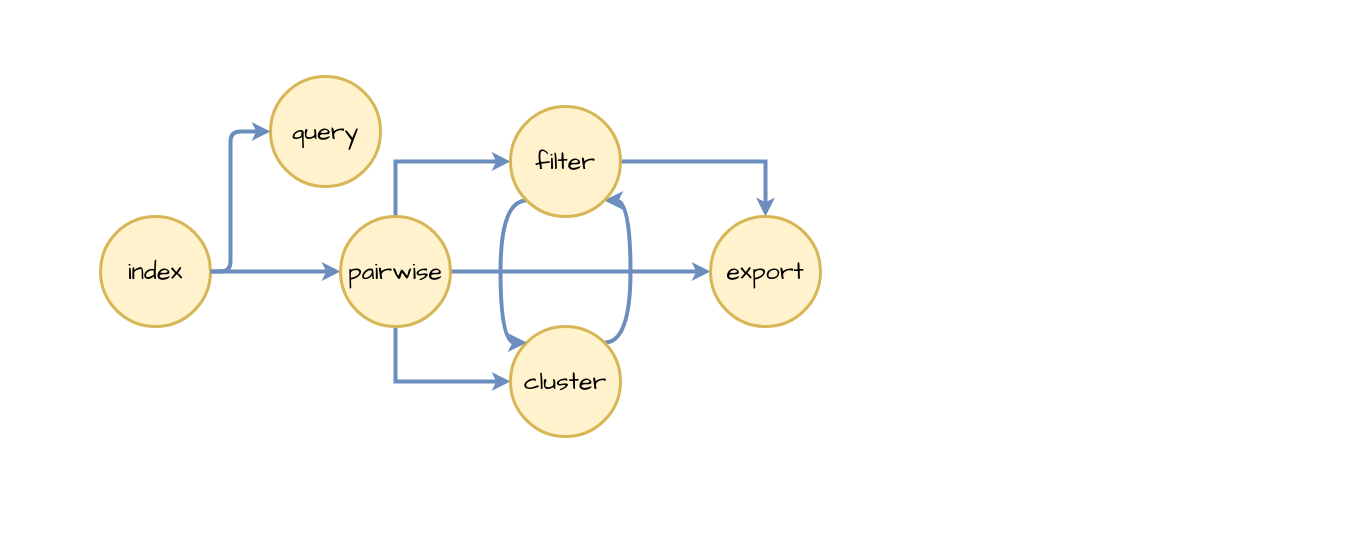
Before: docs/docs/usage/chaindrawio.drawio in DBRetina/DBRetina, a draw.io diagram. Source tidied: cells renumbered, new cells numbered last; positions are measured from the earlier drawing's top-left corner, leaving out a move shared by most shapes. Both pictures are drawn from the tidied source at 100%, with x=0, y=0 at pixel (100, 76).
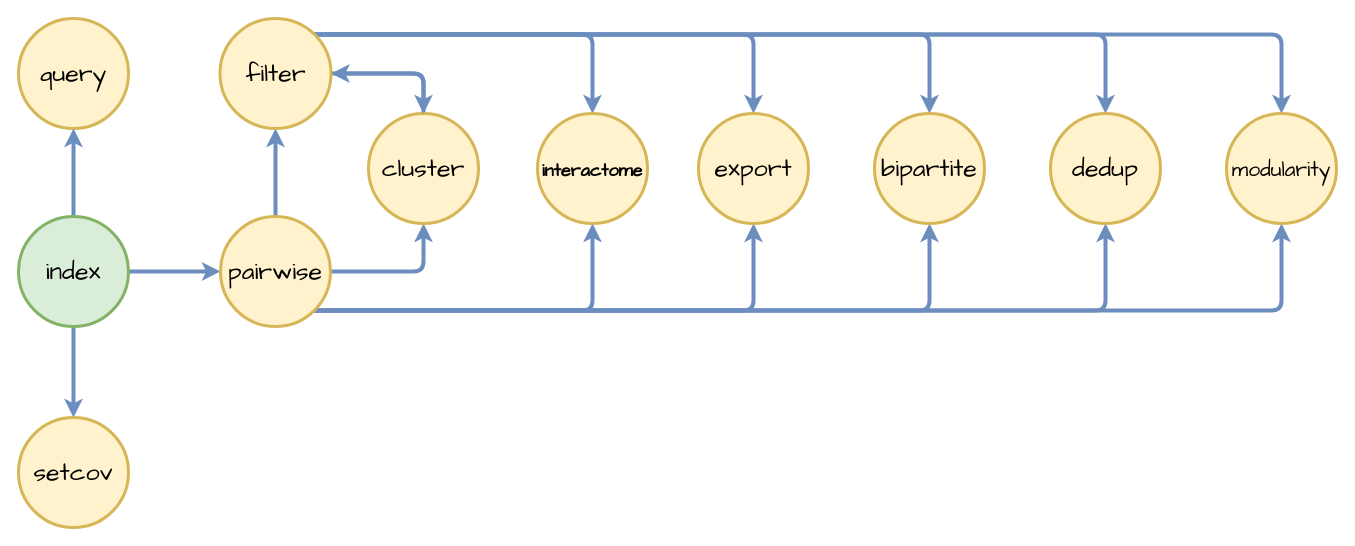
The same diagram, later.

Change to the diagram source:
```diff
@@
-    <mxCell id="2" style="edgeStyle=orthogonalEdgeStyle;rounded=1;jettySize=auto;html=1;fontSize=38;fontStyle=1;labelBackgroundColor=none;fontColor=default;strokeWidth=4;fillColor=#dae8fc;strokeColor=#6c8ebf;fontFamily=Comic Sans MS;" parent="1" edge="1" source="3" target="7">
+    <mxCell id="2" style="edgeStyle=orthogonalEdgeStyle;rounded=1;jettySize=auto;html=1;fontSize=38;fontStyle=1;labelBackgroundColor=none;fontColor=default;strokeWidth=4;fillColor=#dae8fc;strokeColor=#6c8ebf;fontFamily=Comic Sans MS;entryX=0;entryY=0.5;entryDx=0;entryDy=0;" parent="1" edge="1" source="3" target="7">
       <mxGeometry relative="1" as="geometry" />
     </mxCell>
+    <mxCell id="15" style="edgeStyle=orthogonalEdgeStyle;shape=connector;rounded=1;jettySize=auto;html=1;labelBackgroundColor=none;strokeColor=#6c8ebf;strokeWidth=4;fontFamily=Comic Sans MS;fontSize=38;fontColor=default;endArrow=classic;fillColor=#dae8fc;" parent="1" edge="1" source="3" target="14">
+      <mxGeometry relative="1" as="geometry" />
+    </mxCell>
+    <mxCell id="16" style="edgeStyle=orthogonalEdgeStyle;shape=connector;rounded=1;jettySize=auto;html=1;labelBackgroundColor=none;strokeColor=#6c8ebf;strokeWidth=4;fontFamily=Comic Sans MS;fontSize=38;fontColor=default;endArrow=classic;fillColor=#dae8fc;" parent="1" edge="1" source="3" target="29">
+      <mxGeometry relative="1" as="geometry" />
+    </mxCell>
-    <mxCell id="3" value="&lt;font&gt;index&lt;/font&gt;" style="ellipse;whiteSpace=wrap;html=1;strokeWidth=3;fontSize=25;rounded=1;labelBackgroundColor=none;fillColor=#fff2cc;strokeColor=#d6b656;fontFamily=Comic Sans MS;" parent="1" vertex="1">
-      <mxGeometry y="140" width="110" height="110" as="geometry" />
+    <mxCell id="3" value="&lt;font&gt;index&lt;/font&gt;" style="ellipse;whiteSpace=wrap;html=1;strokeWidth=3;fontSize=25;rounded=1;labelBackgroundColor=none;fillColor=#DAEDD9;strokeColor=#82b366;fontFamily=Comic Sans MS;fontStyle=0;" parent="1" vertex="1">
+      <mxGeometry x="-82" y="140" width="110" height="110" as="geometry" />
     </mxCell>
-    <mxCell id="4" style="edgeStyle=orthogonalEdgeStyle;rounded=0;hachureGap=4;jettySize=auto;html=1;exitX=0.5;exitY=0;exitDx=0;exitDy=0;entryX=0;entryY=0.5;entryDx=0;entryDy=0;fontFamily=Comic Sans MS;fontSize=16;strokeWidth=4;fillColor=#dae8fc;strokeColor=#6c8ebf;" parent="1" edge="1" source="7" target="12">
+    <mxCell id="4" style="edgeStyle=orthogonalEdgeStyle;shape=connector;rounded=1;jettySize=auto;html=1;labelBackgroundColor=none;strokeColor=#6c8ebf;strokeWidth=4;fontFamily=Comic Sans MS;fontSize=38;fontColor=default;endArrow=classic;fillColor=#dae8fc;" parent="1" edge="1" source="7" target="12">
       <mxGeometry relative="1" as="geometry" />
     </mxCell>
-    <mxCell id="5" style="edgeStyle=orthogonalEdgeStyle;rounded=0;hachureGap=4;jettySize=auto;html=1;exitX=0.5;exitY=1;exitDx=0;exitDy=0;entryX=0;entryY=0.5;entryDx=0;entryDy=0;fontFamily=Comic Sans MS;fontSize=16;strokeWidth=4;fillColor=#dae8fc;strokeColor=#6c8ebf;" parent="1" edge="1" source="7" target="9">
+    <mxCell id="5" style="edgeStyle=orthogonalEdgeStyle;shape=connector;rounded=1;jettySize=auto;html=1;exitX=1;exitY=0.5;exitDx=0;exitDy=0;entryX=0.5;entryY=1;entryDx=0;entryDy=0;labelBackgroundColor=none;strokeColor=#6c8ebf;strokeWidth=4;fontFamily=Comic Sans MS;fontSize=38;fontColor=default;endArrow=classic;fillColor=#dae8fc;" parent="1" edge="1" source="7" target="9">
       <mxGeometry relative="1" as="geometry" />
     </mxCell>
+    <mxCell id="17" style="edgeStyle=orthogonalEdgeStyle;shape=connector;rounded=1;jettySize=auto;html=1;exitX=1;exitY=1;exitDx=0;exitDy=0;entryX=0.5;entryY=1;entryDx=0;entryDy=0;labelBackgroundColor=none;strokeColor=#6c8ebf;strokeWidth=4;fontFamily=Comic Sans MS;fontSize=38;fontColor=default;endArrow=classic;fillColor=#dae8fc;" parent="1" edge="1" source="7" target="25">
+      <mxGeometry relative="1" as="geometry" />
+    </mxCell>
-    <mxCell id="6" style="edgeStyle=orthogonalEdgeStyle;curved=1;rounded=0;hachureGap=4;jettySize=auto;html=1;exitX=1;exitY=0.5;exitDx=0;exitDy=0;entryX=0;entryY=0.5;entryDx=0;entryDy=0;strokeColor=#6c8ebf;fontFamily=Comic Sans MS;fontSize=16;strokeWidth=4;fillColor=#dae8fc;" parent="1" edge="1" source="7" target="13">
+    <mxCell id="6" style="edgeStyle=orthogonalEdgeStyle;shape=connector;rounded=1;jettySize=auto;html=1;exitX=1;exitY=1;exitDx=0;exitDy=0;entryX=0.5;entryY=1;entryDx=0;entryDy=0;labelBackgroundColor=none;strokeColor=#6c8ebf;strokeWidth=4;fontFamily=Comic Sans MS;fontSize=38;fontColor=default;endArrow=classic;fillColor=#dae8fc;" parent="1" edge="1" source="7" target="13">
       <mxGeometry relative="1" as="geometry" />
     </mxCell>
+    <mxCell id="18" style="edgeStyle=orthogonalEdgeStyle;shape=connector;rounded=1;jettySize=auto;html=1;exitX=1;exitY=1;exitDx=0;exitDy=0;entryX=0.5;entryY=1;entryDx=0;entryDy=0;labelBackgroundColor=none;strokeColor=#6c8ebf;strokeWidth=4;fontFamily=Comic Sans MS;fontSize=38;fontColor=default;endArrow=classic;fillColor=#dae8fc;" parent="1" edge="1" source="7" target="28">
+      <mxGeometry relative="1" as="geometry" />
+    </mxCell>
+    <mxCell id="19" style="edgeStyle=orthogonalEdgeStyle;shape=connector;rounded=1;jettySize=auto;html=1;exitX=1;exitY=1;exitDx=0;exitDy=0;entryX=0.5;entryY=1;entryDx=0;entryDy=0;labelBackgroundColor=none;strokeColor=#6c8ebf;strokeWidth=4;fontFamily=Comic Sans MS;fontSize=38;fontColor=default;endArrow=classic;fillColor=#dae8fc;" parent="1" edge="1" source="7" target="26">
+      <mxGeometry relative="1" as="geometry" />
+    </mxCell>
+    <mxCell id="20" style="edgeStyle=orthogonalEdgeStyle;shape=connector;rounded=1;jettySize=auto;html=1;exitX=1;exitY=1;exitDx=0;exitDy=0;entryX=0.5;entryY=1;entryDx=0;entryDy=0;labelBackgroundColor=none;strokeColor=#6c8ebf;strokeWidth=4;fontFamily=Comic Sans MS;fontSize=38;fontColor=default;endArrow=classic;fillColor=#dae8fc;" parent="1" edge="1" source="7" target="27">
+      <mxGeometry relative="1" as="geometry" />
+    </mxCell>
     <mxCell id="7" value="pairwise" style="ellipse;whiteSpace=wrap;html=1;strokeWidth=3;fontSize=25;rounded=1;labelBackgroundColor=none;fillColor=#fff2cc;strokeColor=#d6b656;fontFamily=Comic Sans MS;" parent="1" vertex="1">
-      <mxGeometry x="240" y="140" width="110" height="110" as="geometry" />
+      <mxGeometry x="120" y="140" width="110" height="110" as="geometry" />
     </mxCell>
-    <mxCell id="8" style="edgeStyle=orthogonalEdgeStyle;rounded=0;hachureGap=4;jettySize=auto;html=1;exitX=1;exitY=0;exitDx=0;exitDy=0;entryX=1;entryY=1;entryDx=0;entryDy=0;fontFamily=Comic Sans MS;fontSize=16;curved=1;strokeWidth=4;fillColor=#dae8fc;strokeColor=#6c8ebf;" parent="1" edge="1" source="9" target="12">
-      <mxGeometry relative="1" as="geometry">
-        <Array as="points">
-          <mxPoint x="530" y="266" />
-          <mxPoint x="530" y="124" />
-        </Array>
-      </mxGeometry>
+    <mxCell id="8" style="edgeStyle=orthogonalEdgeStyle;shape=connector;rounded=1;jettySize=auto;html=1;exitX=0.5;exitY=0;exitDx=0;exitDy=0;entryX=1;entryY=0.5;entryDx=0;entryDy=0;labelBackgroundColor=none;strokeColor=#6c8ebf;strokeWidth=4;fontFamily=Comic Sans MS;fontSize=38;fontColor=default;endArrow=classic;fillColor=#dae8fc;" parent="1" edge="1" source="9" target="12">
+      <mxGeometry relative="1" as="geometry" />
     </mxCell>
     <mxCell id="9" value="cluster" style="ellipse;whiteSpace=wrap;html=1;strokeWidth=3;fontSize=25;rounded=1;labelBackgroundColor=none;fillColor=#fff2cc;strokeColor=#d6b656;fontFamily=Comic Sans MS;" parent="1" vertex="1">
-      <mxGeometry x="410" y="250" width="110" height="110" as="geometry" />
+      <mxGeometry x="268" y="37" width="110" height="110" as="geometry" />
     </mxCell>
-    <mxCell id="10" style="edgeStyle=orthogonalEdgeStyle;rounded=0;hachureGap=4;jettySize=auto;html=1;exitX=0;exitY=1;exitDx=0;exitDy=0;entryX=0;entryY=0;entryDx=0;entryDy=0;fontFamily=Comic Sans MS;fontSize=16;strokeColor=#6c8ebf;curved=1;strokeWidth=4;fillColor=#dae8fc;" parent="1" edge="1" source="12" target="9">
-      <mxGeometry relative="1" as="geometry">
-        <Array as="points">
-          <mxPoint x="400" y="124" />
-          <mxPoint x="400" y="266" />
-        </Array>
-      </mxGeometry>
+    <mxCell id="10" style="edgeStyle=orthogonalEdgeStyle;shape=connector;rounded=1;jettySize=auto;html=1;exitX=1;exitY=0.5;exitDx=0;exitDy=0;entryX=0.5;entryY=0;entryDx=0;entryDy=0;labelBackgroundColor=none;strokeColor=#6c8ebf;strokeWidth=4;fontFamily=Comic Sans MS;fontSize=38;fontColor=default;endArrow=classic;fillColor=#dae8fc;" parent="1" edge="1" source="12" target="9">
+      <mxGeometry relative="1" as="geometry" />
     </mxCell>
+    <mxCell id="21" style="edgeStyle=orthogonalEdgeStyle;shape=connector;rounded=1;jettySize=auto;html=1;exitX=1;exitY=0;exitDx=0;exitDy=0;entryX=0.5;entryY=0;entryDx=0;entryDy=0;labelBackgroundColor=none;strokeColor=#6c8ebf;strokeWidth=4;fontFamily=Comic Sans MS;fontSize=38;fontColor=default;endArrow=classic;fillColor=#dae8fc;" parent="1" edge="1" source="12" target="25">
+      <mxGeometry relative="1" as="geometry" />
+    </mxCell>
-    <mxCell id="11" style="edgeStyle=orthogonalEdgeStyle;rounded=0;hachureGap=4;jettySize=auto;html=1;exitX=1;exitY=0.5;exitDx=0;exitDy=0;entryX=0.5;entryY=0;entryDx=0;entryDy=0;strokeColor=#6c8ebf;fontFamily=Comic Sans MS;fontSize=16;strokeWidth=4;fillColor=#dae8fc;" parent="1" edge="1" source="12" target="13">
+    <mxCell id="11" style="edgeStyle=orthogonalEdgeStyle;shape=connector;rounded=1;jettySize=auto;html=1;exitX=1;exitY=0;exitDx=0;exitDy=0;entryX=0.5;entryY=0;entryDx=0;entryDy=0;labelBackgroundColor=none;strokeColor=#6c8ebf;strokeWidth=4;fontFamily=Comic Sans MS;fontSize=38;fontColor=default;endArrow=classic;fillColor=#dae8fc;" parent="1" edge="1" source="12" target="13">
       <mxGeometry relative="1" as="geometry" />
     </mxCell>
+    <mxCell id="22" style="edgeStyle=orthogonalEdgeStyle;shape=connector;rounded=1;jettySize=auto;html=1;exitX=1;exitY=0;exitDx=0;exitDy=0;entryX=0.5;entryY=0;entryDx=0;entryDy=0;labelBackgroundColor=none;strokeColor=#6c8ebf;strokeWidth=4;fontFamily=Comic Sans MS;fontSize=38;fontColor=default;endArrow=classic;fillColor=#dae8fc;" parent="1" edge="1" source="12" target="28">
+      <mxGeometry relative="1" as="geometry" />
+    </mxCell>
+    <mxCell id="23" style="edgeStyle=orthogonalEdgeStyle;shape=connector;rounded=1;jettySize=auto;html=1;exitX=1;exitY=0;exitDx=0;exitDy=0;entryX=0.5;entryY=0;entryDx=0;entryDy=0;labelBackgroundColor=none;strokeColor=#6c8ebf;strokeWidth=4;fontFamily=Comic Sans MS;fontSize=38;fontColor=default;endArrow=classic;fillColor=#dae8fc;" parent="1" edge="1" source="12" target="26">
+      <mxGeometry relative="1" as="geometry" />
+    </mxCell>
+    <mxCell id="24" style="edgeStyle=orthogonalEdgeStyle;shape=connector;rounded=1;jettySize=auto;html=1;exitX=1;exitY=0;exitDx=0;exitDy=0;entryX=0.5;entryY=0;entryDx=0;entryDy=0;labelBackgroundColor=none;strokeColor=#6c8ebf;strokeWidth=4;fontFamily=Comic Sans MS;fontSize=38;fontColor=default;endArrow=classic;fillColor=#dae8fc;" parent="1" edge="1" source="12" target="27">
+      <mxGeometry relative="1" as="geometry" />
+    </mxCell>
     <mxCell id="12" value="filter" style="ellipse;whiteSpace=wrap;html=1;strokeWidth=3;fontSize=25;rounded=1;labelBackgroundColor=none;fillColor=#fff2cc;strokeColor=#d6b656;fontFamily=Comic Sans MS;" parent="1" vertex="1">
-      <mxGeometry x="410" y="30" width="110" height="110" as="geometry" />
+      <mxGeometry x="119.5" y="-58" width="111" height="110" as="geometry" />
     </mxCell>
     <mxCell id="13" value="export" style="ellipse;whiteSpace=wrap;html=1;strokeWidth=3;fontSize=25;rounded=1;labelBackgroundColor=none;fillColor=#fff2cc;strokeColor=#d6b656;fontFamily=Comic Sans MS;" parent="1" vertex="1">
-      <mxGeometry x="610" y="140" width="110" height="110" as="geometry" />
+      <mxGeometry x="598" y="37" width="110" height="110" as="geometry" />
     </mxCell>
     <mxCell id="14" value="query" style="ellipse;whiteSpace=wrap;html=1;strokeWidth=3;fontSize=25;rounded=1;labelBackgroundColor=none;fillColor=#fff2cc;strokeColor=#d6b656;fontFamily=Comic Sans MS;" parent="1" vertex="1">
-      <mxGeometry x="170" width="110" height="110" as="geometry" />
+      <mxGeometry x="-82" y="-58" width="110" height="110" as="geometry" />
     </mxCell>
-    <mxCell id="15" style="edgeStyle=orthogonalEdgeStyle;rounded=1;jettySize=auto;html=1;fontSize=38;fontStyle=1;labelBackgroundColor=none;fontColor=default;strokeWidth=4;fillColor=#dae8fc;strokeColor=#6c8ebf;fontFamily=Comic Sans MS;exitX=1;exitY=0.5;exitDx=0;exitDy=0;entryX=0;entryY=0.5;entryDx=0;entryDy=0;" parent="1" edge="1" source="3" target="14">
-      <mxGeometry relative="1" as="geometry">
-        <Array as="points">
-          <mxPoint x="130" y="195" />
-          <mxPoint x="130" y="55" />
-        </Array>
-      </mxGeometry>
-    </mxCell>
+    <mxCell id="25" value="&lt;font style=&quot;font-size: 18px;&quot;&gt;interactome&lt;/font&gt;" style="ellipse;whiteSpace=wrap;html=1;strokeWidth=3;fontSize=25;rounded=1;labelBackgroundColor=none;fillColor=#fff2cc;strokeColor=#d6b656;fontFamily=Comic Sans MS;fontStyle=1;" parent="1" vertex="1">
+      <mxGeometry x="437" y="37" width="110" height="110" as="geometry" />
+    </mxCell>
+    <mxCell id="26" value="&lt;font&gt;dedup&lt;br&gt;&lt;/font&gt;" style="ellipse;whiteSpace=wrap;html=1;strokeWidth=3;fontSize=25;rounded=1;labelBackgroundColor=none;fillColor=#fff2cc;strokeColor=#d6b656;fontFamily=Comic Sans MS;" parent="1" vertex="1">
+      <mxGeometry x="950" y="37" width="110" height="110" as="geometry" />
+    </mxCell>
+    <mxCell id="27" value="&lt;font style=&quot;font-size: 21px;&quot;&gt;modularity&lt;/font&gt;" style="ellipse;whiteSpace=wrap;html=1;strokeWidth=3;fontSize=25;rounded=1;labelBackgroundColor=none;fillColor=#fff2cc;strokeColor=#d6b656;fontFamily=Comic Sans MS;" parent="1" vertex="1">
+      <mxGeometry x="1126" y="37" width="110" height="110" as="geometry" />
+    </mxCell>
+    <mxCell id="28" value="&lt;font&gt;bipartite&lt;/font&gt;" style="ellipse;whiteSpace=wrap;html=1;strokeWidth=3;fontSize=25;rounded=1;labelBackgroundColor=none;fillColor=#fff2cc;strokeColor=#d6b656;fontFamily=Comic Sans MS;" parent="1" vertex="1">
+      <mxGeometry x="774" y="37" width="110" height="110" as="geometry" />
+    </mxCell>
+    <mxCell id="29" value="&lt;font&gt;setcov&lt;/font&gt;" style="ellipse;whiteSpace=wrap;html=1;strokeWidth=3;fontSize=25;rounded=1;labelBackgroundColor=none;fillColor=#fff2cc;strokeColor=#d6b656;fontFamily=Comic Sans MS;" parent="1" vertex="1">
+      <mxGeometry x="-82" y="341" width="110" height="110" as="geometry" />
+    </mxCell>
```
